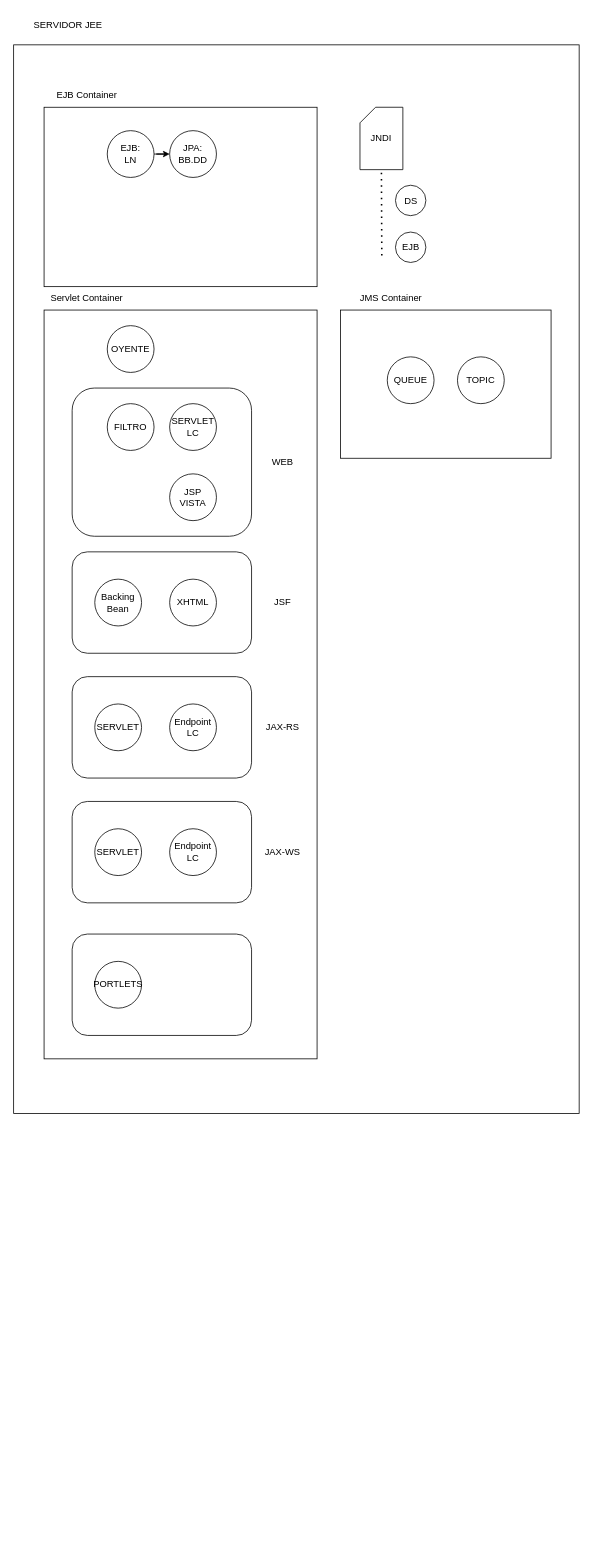
The draw.io diagram page "Página-1" (1 of 30) of diagramas.drawio in lrag/JEE, before the edit. Source tidied: cells renumbered, new cells numbered last; positions are measured from the earlier drawing's top-left corner, leaving out a move shared by most shapes. Both pictures are drawn from the tidied source at 78%, with x=0, y=0 at pixel (13, 13).
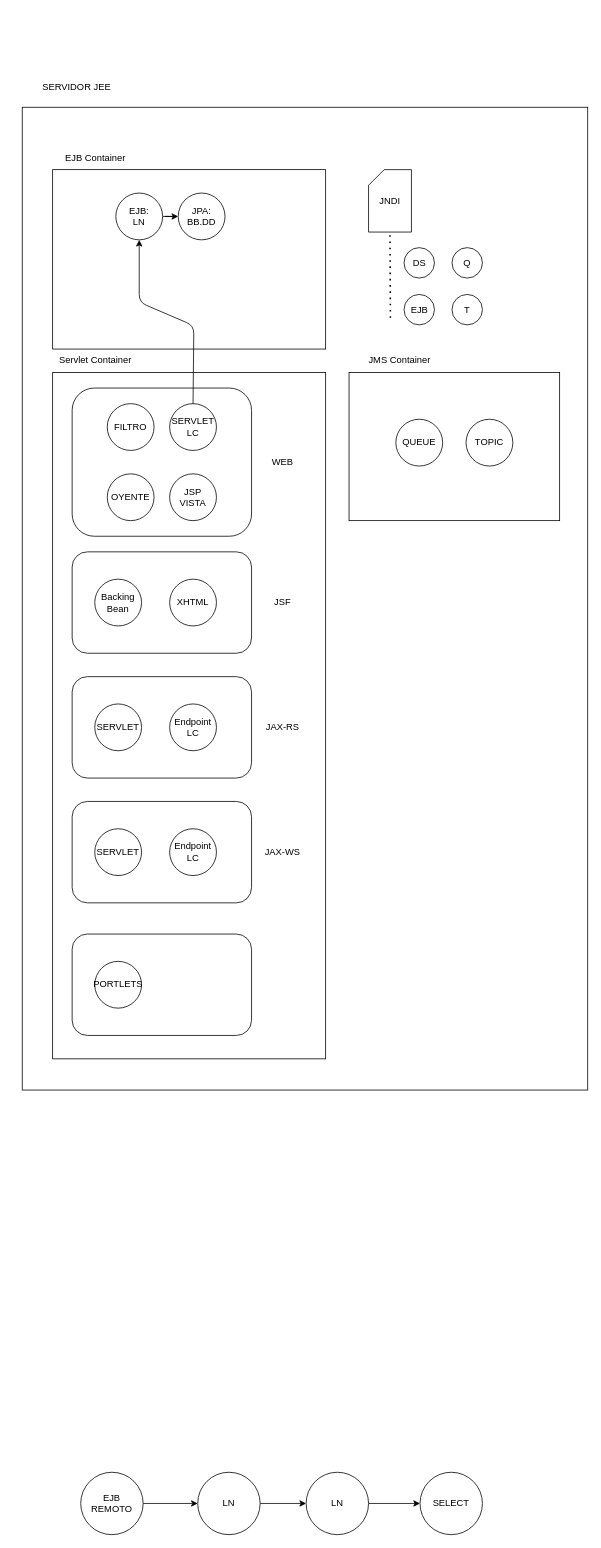
The same page after the edit.

The change refers to these unchanged cells:
```xml
<mxCell id="10" value="SERVLET&lt;br&gt;LC" style="ellipse;whiteSpace=wrap;html=1;" parent="1" vertex="1">
  <mxGeometry x="200" y="500" width="60" height="60" as="geometry" />
</mxCell>
```

Diff of the diagram source:
```diff
@@
     <mxCell id="2" style="rounded=0;whiteSpace=wrap;html=1;fillColor=none;" parent="1" vertex="1">
-      <mxGeometry y="40" width="725" height="1370" as="geometry" />
+      <mxGeometry x="11" y="120" width="725" height="1260" as="geometry" />
     </mxCell>
     <mxCell id="3" style="rounded=0;whiteSpace=wrap;html=1;" parent="1" vertex="1">
-      <mxGeometry x="39" y="380" width="350" height="960" as="geometry" />
+      <mxGeometry x="50" y="460" width="350" height="880" as="geometry" />
     </mxCell>
@@
     <mxCell id="5" value="Servlet Container" style="text;html=1;strokeColor=none;fillColor=none;align=center;verticalAlign=middle;whiteSpace=wrap;rounded=0;" parent="1" vertex="1">
-      <mxGeometry x="29" y="350" width="130" height="30" as="geometry" />
+      <mxGeometry x="40" y="430" width="130" height="30" as="geometry" />
     </mxCell>
     <mxCell id="6" style="rounded=0;whiteSpace=wrap;html=1;" parent="1" vertex="1">
-      <mxGeometry x="39" y="120" width="350" height="230" as="geometry" />
+      <mxGeometry x="50" y="200" width="350" height="230" as="geometry" />
     </mxCell>
     <mxCell id="7" value="EJB Container" style="text;html=1;strokeColor=none;fillColor=none;align=center;verticalAlign=middle;whiteSpace=wrap;rounded=0;" parent="1" vertex="1">
-      <mxGeometry x="29" y="90" width="130" height="30" as="geometry" />
+      <mxGeometry x="40" y="170" width="130" height="30" as="geometry" />
     </mxCell>
     <mxCell id="8" style="rounded=0;whiteSpace=wrap;html=1;" parent="1" vertex="1">
-      <mxGeometry x="419" y="380" width="270" height="190" as="geometry" />
+      <mxGeometry x="430" y="460" width="270" height="190" as="geometry" />
     </mxCell>
     <mxCell id="9" value="JMS Container" style="text;html=1;strokeColor=none;fillColor=none;align=center;verticalAlign=middle;whiteSpace=wrap;rounded=0;" parent="1" vertex="1">
-      <mxGeometry x="419" y="350" width="130" height="30" as="geometry" />
+      <mxGeometry x="430" y="430" width="130" height="30" as="geometry" />
     </mxCell>
@@
     <mxCell id="12" value="OYENTE" style="ellipse;whiteSpace=wrap;html=1;" parent="1" vertex="1">
-      <mxGeometry x="120" y="400" width="60" height="60" as="geometry" />
+      <mxGeometry x="120" y="590" width="60" height="60" as="geometry" />
     </mxCell>
     <mxCell id="13" value="JNDI" style="shape=card;whiteSpace=wrap;html=1;size=20;" parent="1" vertex="1">
-      <mxGeometry x="444" y="120" width="55" height="80" as="geometry" />
+      <mxGeometry x="455" y="200" width="55" height="80" as="geometry" />
     </mxCell>
     <mxCell id="14" style="endArrow=none;dashed=1;html=1;dashPattern=1 3;strokeWidth=2;rounded=0;entryX=0.5;entryY=1;entryDx=0;entryDy=0;entryPerimeter=0;" parent="1" edge="1" target="13">
       <mxGeometry relative="1" as="geometry">
-        <mxPoint x="472" y="310" as="sourcePoint" />
+        <mxPoint x="483" y="390" as="sourcePoint" />
       </mxGeometry>
     </mxCell>
@@
     <mxCell id="16" value="EJB:&lt;br&gt;LN" style="ellipse;whiteSpace=wrap;html=1;" parent="1" vertex="1">
-      <mxGeometry x="120" y="150" width="60" height="60" as="geometry" />
+      <mxGeometry x="131" y="230" width="60" height="60" as="geometry" />
     </mxCell>
     <mxCell id="17" value="QUEUE" style="ellipse;whiteSpace=wrap;html=1;" parent="1" vertex="1">
-      <mxGeometry x="479" y="440" width="60" height="60" as="geometry" />
+      <mxGeometry x="490" y="520" width="60" height="60" as="geometry" />
     </mxCell>
     <mxCell id="18" value="TOPIC" style="ellipse;whiteSpace=wrap;html=1;" parent="1" vertex="1">
-      <mxGeometry x="569" y="440" width="60" height="60" as="geometry" />
+      <mxGeometry x="580" y="520" width="60" height="60" as="geometry" />
     </mxCell>
     <mxCell id="19" value="JPA:&lt;br&gt;BB.DD" style="ellipse;whiteSpace=wrap;html=1;" parent="1" vertex="1">
-      <mxGeometry x="200" y="150" width="60" height="60" as="geometry" />
+      <mxGeometry x="211" y="230" width="60" height="60" as="geometry" />
     </mxCell>
     <mxCell id="20" value="DS" style="ellipse;whiteSpace=wrap;html=1;" parent="1" vertex="1">
-      <mxGeometry x="489.5" y="220" width="39" height="39" as="geometry" />
+      <mxGeometry x="500.5" y="300" width="39" height="39" as="geometry" />
     </mxCell>
@@
     <mxCell id="27" value="SERVIDOR JEE" style="text;html=1;strokeColor=none;fillColor=none;align=center;verticalAlign=middle;whiteSpace=wrap;rounded=0;" parent="1" vertex="1">
-      <mxGeometry x="15" width="110" height="30" as="geometry" />
+      <mxGeometry x="26" y="80" width="110" height="30" as="geometry" />
     </mxCell>
@@
     <mxCell id="32" value="EJB" style="ellipse;whiteSpace=wrap;html=1;" parent="1" vertex="1">
-      <mxGeometry x="489.5" y="280" width="39" height="39" as="geometry" />
+      <mxGeometry x="500.5" y="360" width="39" height="39" as="geometry" />
     </mxCell>
@@
+    <mxCell id="39" value="SELECT" style="ellipse;whiteSpace=wrap;html=1;" parent="1" vertex="1">
+      <mxGeometry x="521" y="1870" width="80" height="80" as="geometry" />
+    </mxCell>
+    <mxCell id="40" style="edgeStyle=orthogonalEdgeStyle;rounded=0;jettySize=auto;html=1;" parent="1" edge="1" source="41" target="39">
+      <mxGeometry relative="1" as="geometry" />
+    </mxCell>
+    <mxCell id="41" value="LN" style="ellipse;whiteSpace=wrap;html=1;" parent="1" vertex="1">
+      <mxGeometry x="375" y="1870" width="80" height="80" as="geometry" />
+    </mxCell>
+    <mxCell id="42" style="edgeStyle=orthogonalEdgeStyle;rounded=0;jettySize=auto;html=1;" parent="1" edge="1" source="43" target="41">
+      <mxGeometry relative="1" as="geometry" />
+    </mxCell>
+    <mxCell id="43" value="LN" style="ellipse;whiteSpace=wrap;html=1;" parent="1" vertex="1">
+      <mxGeometry x="236" y="1870" width="80" height="80" as="geometry" />
+    </mxCell>
+    <mxCell id="44" style="edgeStyle=orthogonalEdgeStyle;rounded=0;jettySize=auto;html=1;" parent="1" edge="1" source="45" target="43">
+      <mxGeometry relative="1" as="geometry" />
+    </mxCell>
+    <mxCell id="45" value="EJB&lt;br&gt;REMOTO" style="ellipse;whiteSpace=wrap;html=1;" parent="1" vertex="1">
+      <mxGeometry x="86" y="1870" width="80" height="80" as="geometry" />
+    </mxCell>
+    <mxCell id="46" style="endArrow=classic;html=1;rounded=1;exitX=0.5;exitY=0;exitDx=0;exitDy=0;entryX=0.5;entryY=1;entryDx=0;entryDy=0;" parent="1" edge="1" source="10" target="16">
+      <mxGeometry relative="1" as="geometry">
+        <Array as="points">
+          <mxPoint x="231" y="400" />
+          <mxPoint x="161" y="370" />
+        </Array>
+      </mxGeometry>
+    </mxCell>
+    <mxCell id="47" value="Q" style="ellipse;whiteSpace=wrap;html=1;" parent="1" vertex="1">
+      <mxGeometry x="562" y="300" width="39" height="39" as="geometry" />
+    </mxCell>
+    <mxCell id="48" value="T" style="ellipse;whiteSpace=wrap;html=1;" parent="1" vertex="1">
+      <mxGeometry x="562" y="360" width="39" height="39" as="geometry" />
+    </mxCell>
```
